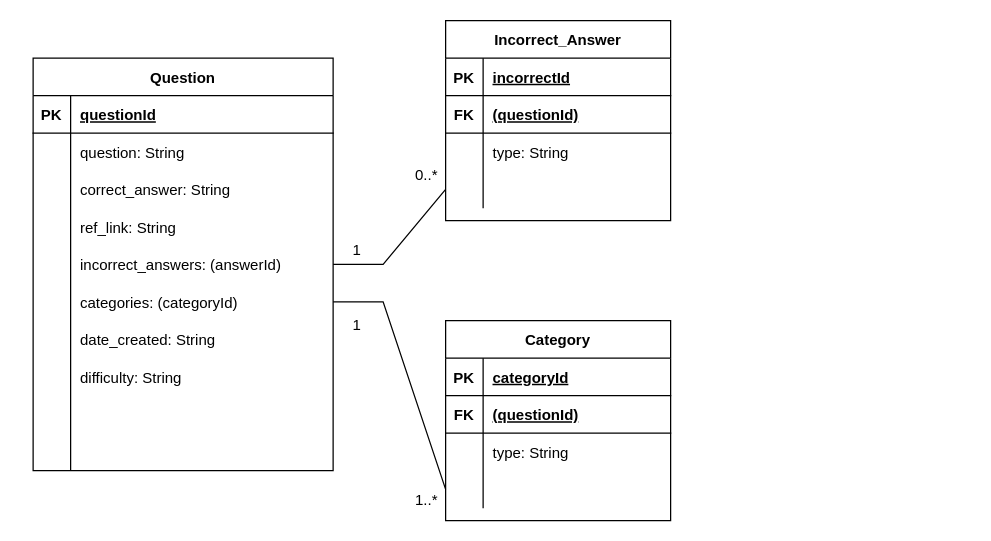
Commando-Brando/Portfolio-Page keeps this draw.io diagram as schema.drawio. Above is the earlier version. Source tidied: cells renumbered, new cells numbered last; positions are measured from the earlier drawing's top-left corner, leaving out a move shared by most shapes. Both pictures are drawn from the tidied source at 125%, with x=0, y=0 at pixel (32, 20).
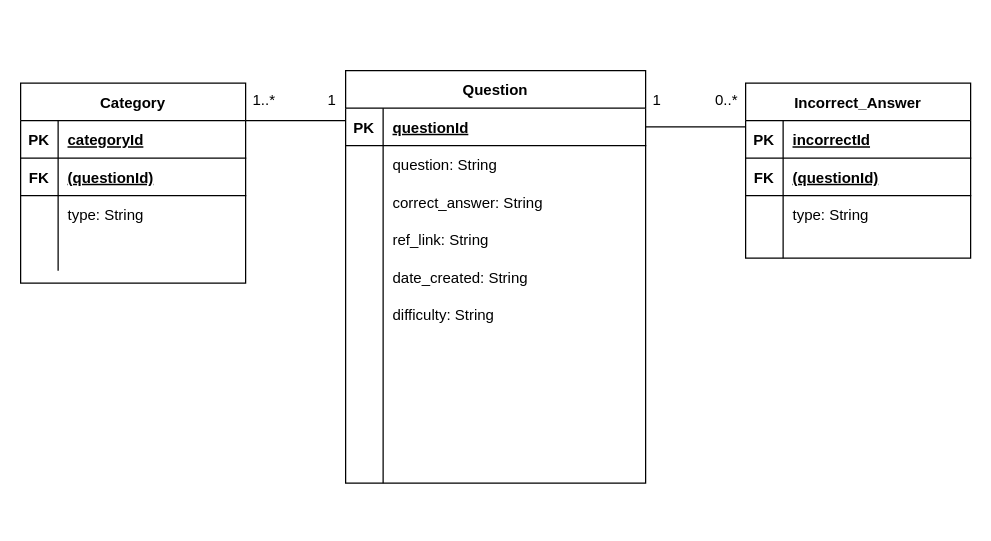
Above is the later version.

Unchanged cells that the change refers to:
```xml
<mxCell id="3" style="shape=tableRow;horizontal=0;startSize=0;swimlaneHead=0;swimlaneBody=0;fillColor=none;points=[[0,0.5],[1,0.5]];portConstraint=eastwest;top=0;left=0;right=0;bottom=1;" parent="2" vertex="1">
  <mxGeometry y="30" width="240" height="30" as="geometry" />
</mxCell>
<mxCell id="43" style="shape=tableRow;horizontal=0;startSize=0;swimlaneHead=0;swimlaneBody=0;fillColor=none;points=[[0,0.5],[1,0.5]];portConstraint=eastwest;top=0;left=0;right=0;bottom=0;" parent="33" vertex="1">
  <mxGeometry y="120" width="180" height="30" as="geometry" />
</mxCell>
```

Diff of the diagram source:
```diff
@@
     <mxCell id="2" value="Question" style="shape=table;startSize=30;childLayout=tableLayout;rowLines=0;fontStyle=1;align=center;" parent="1" vertex="1">
-      <mxGeometry y="30" width="240" height="330" as="geometry" />
+      <mxGeometry x="250" y="40" width="240" height="330" as="geometry" />
     </mxCell>
@@
+    <mxCell id="21" style="shape=tableRow;horizontal=0;startSize=0;swimlaneHead=0;swimlaneBody=0;fillColor=none;top=0;left=0;right=0;bottom=0;" parent="2" vertex="1">
+      <mxGeometry y="150" width="240" height="30" as="geometry" />
+    </mxCell>
+    <mxCell id="22" style="shape=partialRectangle;fillColor=none;top=0;left=0;bottom=0;right=0;overflow=hidden;" parent="21" vertex="1">
+      <mxGeometry width="30" height="30" as="geometry" />
+    </mxCell>
+    <mxCell id="23" value="date_created: String" style="shape=partialRectangle;fillColor=none;top=0;left=0;bottom=0;right=0;align=left;spacingLeft=6;overflow=hidden;" parent="21" vertex="1">
+      <mxGeometry x="30" width="210" height="30" as="geometry" />
+    </mxCell>
+    <mxCell id="24" style="shape=tableRow;horizontal=0;startSize=0;swimlaneHead=0;swimlaneBody=0;fillColor=none;top=0;left=0;right=0;bottom=0;" parent="2" vertex="1">
+      <mxGeometry y="180" width="240" height="30" as="geometry" />
+    </mxCell>
+    <mxCell id="25" style="shape=partialRectangle;fillColor=none;top=0;left=0;bottom=0;right=0;overflow=hidden;" parent="24" vertex="1">
+      <mxGeometry width="30" height="30" as="geometry" />
+    </mxCell>
+    <mxCell id="26" value="difficulty: String" style="shape=partialRectangle;fillColor=none;top=0;left=0;bottom=0;right=0;align=left;spacingLeft=6;overflow=hidden;" parent="24" vertex="1">
+      <mxGeometry x="30" width="210" height="30" as="geometry" />
+    </mxCell>
     <mxCell id="15" style="shape=tableRow;horizontal=0;startSize=0;swimlaneHead=0;swimlaneBody=0;fillColor=none;points=[[0,0.5],[1,0.5]];portConstraint=eastwest;top=0;left=0;right=0;bottom=0;" parent="2" vertex="1">
-      <mxGeometry y="150" width="240" height="30" as="geometry" />
+      <mxGeometry y="210" width="240" height="30" as="geometry" />
     </mxCell>
@@
-    <mxCell id="17" value="incorrect_answers: (answerId)" style="shape=partialRectangle;fillColor=none;top=0;left=0;bottom=0;right=0;align=left;spacingLeft=6;overflow=hidden;" parent="15" vertex="1">
+    <mxCell id="17" style="shape=partialRectangle;fillColor=none;top=0;left=0;bottom=0;right=0;align=left;spacingLeft=6;overflow=hidden;" parent="15" vertex="1">
       <mxGeometry x="30" width="210" height="30" as="geometry" />
     </mxCell>
     <mxCell id="18" style="shape=tableRow;horizontal=0;startSize=0;swimlaneHead=0;swimlaneBody=0;fillColor=none;points=[[0,0.5],[1,0.5]];portConstraint=eastwest;top=0;left=0;right=0;bottom=0;" parent="2" vertex="1">
-      <mxGeometry y="180" width="240" height="30" as="geometry" />
+      <mxGeometry y="240" width="240" height="30" as="geometry" />
     </mxCell>
@@
-    <mxCell id="20" value="categories: (categoryId)" style="shape=partialRectangle;fillColor=none;top=0;left=0;bottom=0;right=0;align=left;spacingLeft=6;overflow=hidden;" parent="18" vertex="1">
+    <mxCell id="20" style="shape=partialRectangle;fillColor=none;top=0;left=0;bottom=0;right=0;align=left;spacingLeft=6;overflow=hidden;" parent="18" vertex="1">
       <mxGeometry x="30" width="210" height="30" as="geometry" />
     </mxCell>
-    <mxCell id="21" style="shape=tableRow;horizontal=0;startSize=0;swimlaneHead=0;swimlaneBody=0;fillColor=none;top=0;left=0;right=0;bottom=0;" parent="2" vertex="1">
-      <mxGeometry y="210" width="240" height="30" as="geometry" />
-    </mxCell>
-    <mxCell id="22" style="shape=partialRectangle;fillColor=none;top=0;left=0;bottom=0;right=0;overflow=hidden;" parent="21" vertex="1">
-      <mxGeometry width="30" height="30" as="geometry" />
-    </mxCell>
-    <mxCell id="23" value="date_created: String" style="shape=partialRectangle;fillColor=none;top=0;left=0;bottom=0;right=0;align=left;spacingLeft=6;overflow=hidden;" parent="21" vertex="1">
-      <mxGeometry x="30" width="210" height="30" as="geometry" />
-    </mxCell>
-    <mxCell id="24" style="shape=tableRow;horizontal=0;startSize=0;swimlaneHead=0;swimlaneBody=0;fillColor=none;top=0;left=0;right=0;bottom=0;" parent="2" vertex="1">
-      <mxGeometry y="240" width="240" height="30" as="geometry" />
-    </mxCell>
-    <mxCell id="25" style="shape=partialRectangle;fillColor=none;top=0;left=0;bottom=0;right=0;overflow=hidden;" parent="24" vertex="1">
-      <mxGeometry width="30" height="30" as="geometry" />
-    </mxCell>
-    <mxCell id="26" value="difficulty: String" style="shape=partialRectangle;fillColor=none;top=0;left=0;bottom=0;right=0;align=left;spacingLeft=6;overflow=hidden;" parent="24" vertex="1">
-      <mxGeometry x="30" width="210" height="30" as="geometry" />
-    </mxCell>
@@
-    <mxCell id="33" value="Category" style="shape=table;startSize=30;childLayout=tableLayout;rowLines=0;fontStyle=1;align=center;" parent="1" vertex="1">
-      <mxGeometry x="330" y="240" width="180" height="160" as="geometry" />
+    <mxCell id="33" value="Category" style="shape=table;startSize=30;childLayout=tableLayout;rowLines=0;fontStyle=1;align=center;swimlaneFillColor=default;" parent="1" vertex="1">
+      <mxGeometry x="-10" y="50" width="180" height="160" as="geometry" />
     </mxCell>
@@
     <mxCell id="46" value="Incorrect_Answer" style="shape=table;startSize=30;childLayout=tableLayout;rowLines=0;fontStyle=1;align=center;" parent="1" vertex="1">
-      <mxGeometry x="330" width="180" height="160" as="geometry" />
+      <mxGeometry x="570" y="50" width="180" height="140" as="geometry" />
     </mxCell>
@@
     <mxCell id="56" style="shape=tableRow;horizontal=0;startSize=0;swimlaneHead=0;swimlaneBody=0;fillColor=none;points=[[0,0.5],[1,0.5]];portConstraint=eastwest;top=0;left=0;right=0;bottom=0;" parent="46" vertex="1">
-      <mxGeometry y="120" width="180" height="30" as="geometry" />
+      <mxGeometry y="120" width="180" height="20" as="geometry" />
     </mxCell>
     <mxCell id="57" style="shape=partialRectangle;fillColor=none;top=0;left=0;bottom=0;right=0;overflow=hidden;" parent="56" vertex="1">
-      <mxGeometry width="30" height="30" as="geometry" />
+      <mxGeometry width="30" height="20" as="geometry" />
     </mxCell>
     <mxCell id="58" style="shape=partialRectangle;fillColor=none;top=0;left=0;bottom=0;right=0;align=left;spacingLeft=6;overflow=hidden;" parent="56" vertex="1">
-      <mxGeometry x="30" width="150" height="30" as="geometry" />
+      <mxGeometry x="30" width="150" height="20" as="geometry" />
     </mxCell>
-    <mxCell id="59" style="endArrow=none;html=1;rounded=0;exitX=1;exitY=0.5;exitDx=0;exitDy=0;entryX=0;entryY=0.5;entryDx=0;entryDy=0;" parent="1" edge="1" source="15" target="56">
-      <mxGeometry relative="1" as="geometry">
-        <Array as="points">
-          <mxPoint x="280" y="195" />
-        </Array>
-      </mxGeometry>
+    <mxCell id="59" style="endArrow=none;html=1;rounded=0;exitX=1;exitY=0.5;exitDx=0;exitDy=0;entryX=0;entryY=0.25;entryDx=0;entryDy=0;" parent="1" edge="1" source="3" target="46">
+      <mxGeometry relative="1" as="geometry" />
     </mxCell>
-    <mxCell id="60" style="endArrow=none;html=1;rounded=0;entryX=0;entryY=0.5;entryDx=0;entryDy=0;exitX=1;exitY=0.5;exitDx=0;exitDy=0;" parent="1" edge="1" source="18" target="43">
-      <mxGeometry relative="1" as="geometry">
-        <Array as="points">
-          <mxPoint x="280" y="225" />
-        </Array>
-      </mxGeometry>
-    </mxCell>
     <mxCell id="61" value="1" style="text;strokeColor=none;fillColor=none;spacingLeft=4;spacingRight=4;overflow=hidden;fontSize=12;" parent="1" vertex="1">
-      <mxGeometry x="250" y="230" width="40" height="30" as="geometry" />
+      <mxGeometry x="230" y="50" width="40" height="30" as="geometry" />
     </mxCell>
     <mxCell id="62" value="1..*" style="text;strokeColor=none;fillColor=none;spacingLeft=4;spacingRight=4;overflow=hidden;fontSize=12;" parent="1" vertex="1">
-      <mxGeometry x="300" y="370" width="40" height="30" as="geometry" />
+      <mxGeometry x="170" y="50" width="40" height="30" as="geometry" />
     </mxCell>
     <mxCell id="63" value="1" style="text;strokeColor=none;fillColor=none;spacingLeft=4;spacingRight=4;overflow=hidden;fontSize=12;" parent="1" vertex="1">
-      <mxGeometry x="250" y="170" width="40" height="30" as="geometry" />
+      <mxGeometry x="490" y="50" width="40" height="30" as="geometry" />
     </mxCell>
     <mxCell id="64" value="0..*" style="text;strokeColor=none;fillColor=none;spacingLeft=4;spacingRight=4;overflow=hidden;fontSize=12;" parent="1" vertex="1">
-      <mxGeometry x="300" y="110" width="40" height="30" as="geometry" />
+      <mxGeometry x="540" y="50" width="40" height="30" as="geometry" />
     </mxCell>
+    <mxCell id="65" style="endArrow=none;html=1;rounded=0;exitX=1;exitY=0.5;exitDx=0;exitDy=0;entryX=0;entryY=0.25;entryDx=0;entryDy=0;" parent="1" edge="1">
+      <mxGeometry relative="1" as="geometry">
+        <mxPoint x="170" y="80" as="sourcePoint" />
+        <mxPoint x="250" y="80" as="targetPoint" />
+      </mxGeometry>
+    </mxCell>
```
